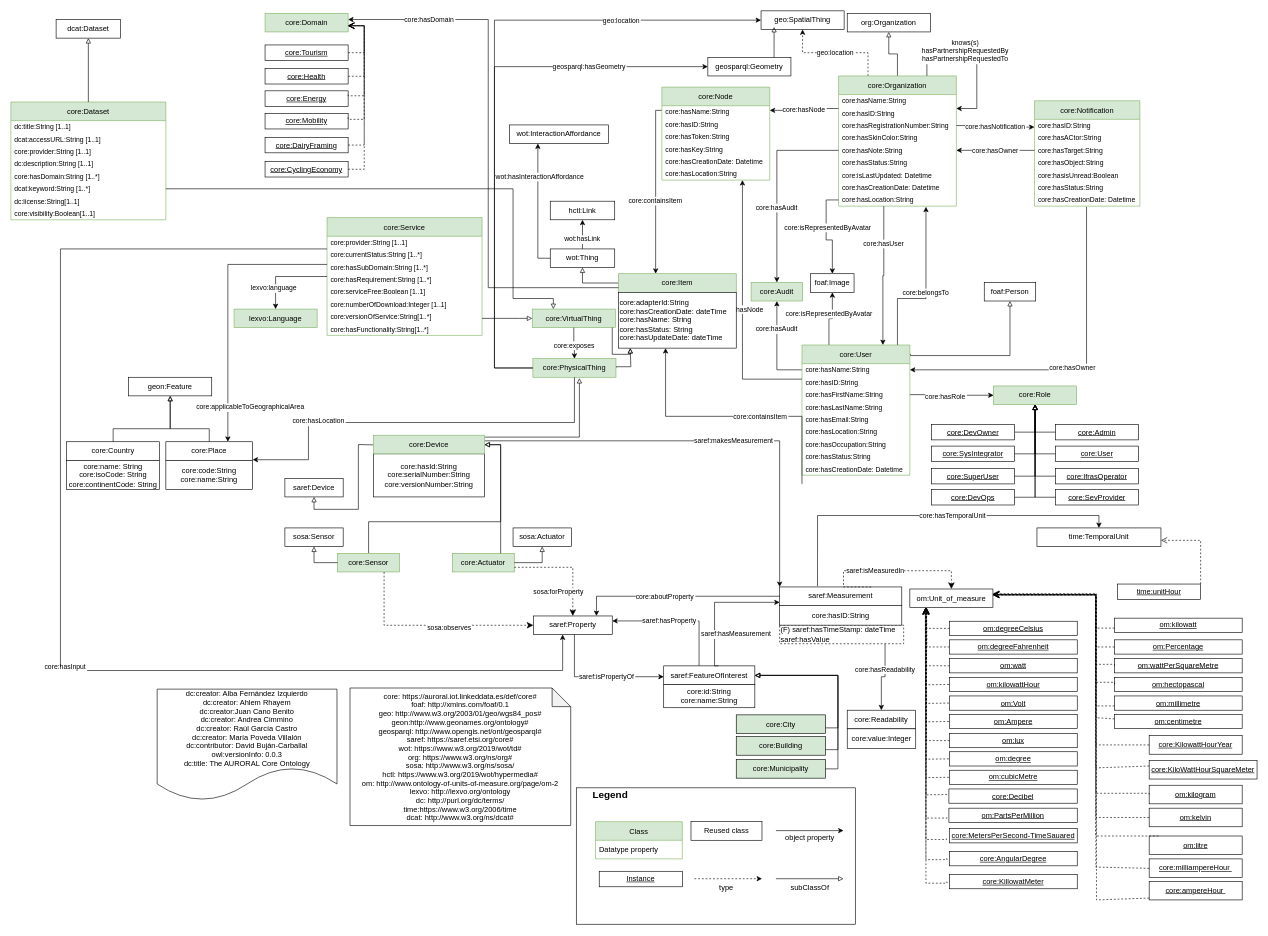
Above: page "V2" (1 of 2) of diagrams/core-dataset.drawio in dbujan/auroral-core-ontology-v2 (draw.io), before the change. Source tidied: cells renumbered, new cells numbered last; positions are measured from the earlier drawing's top-left corner, leaving out a move shared by most shapes. Both pictures are drawn from the tidied source at 62%, with x=0, y=0 at pixel (11, 11).
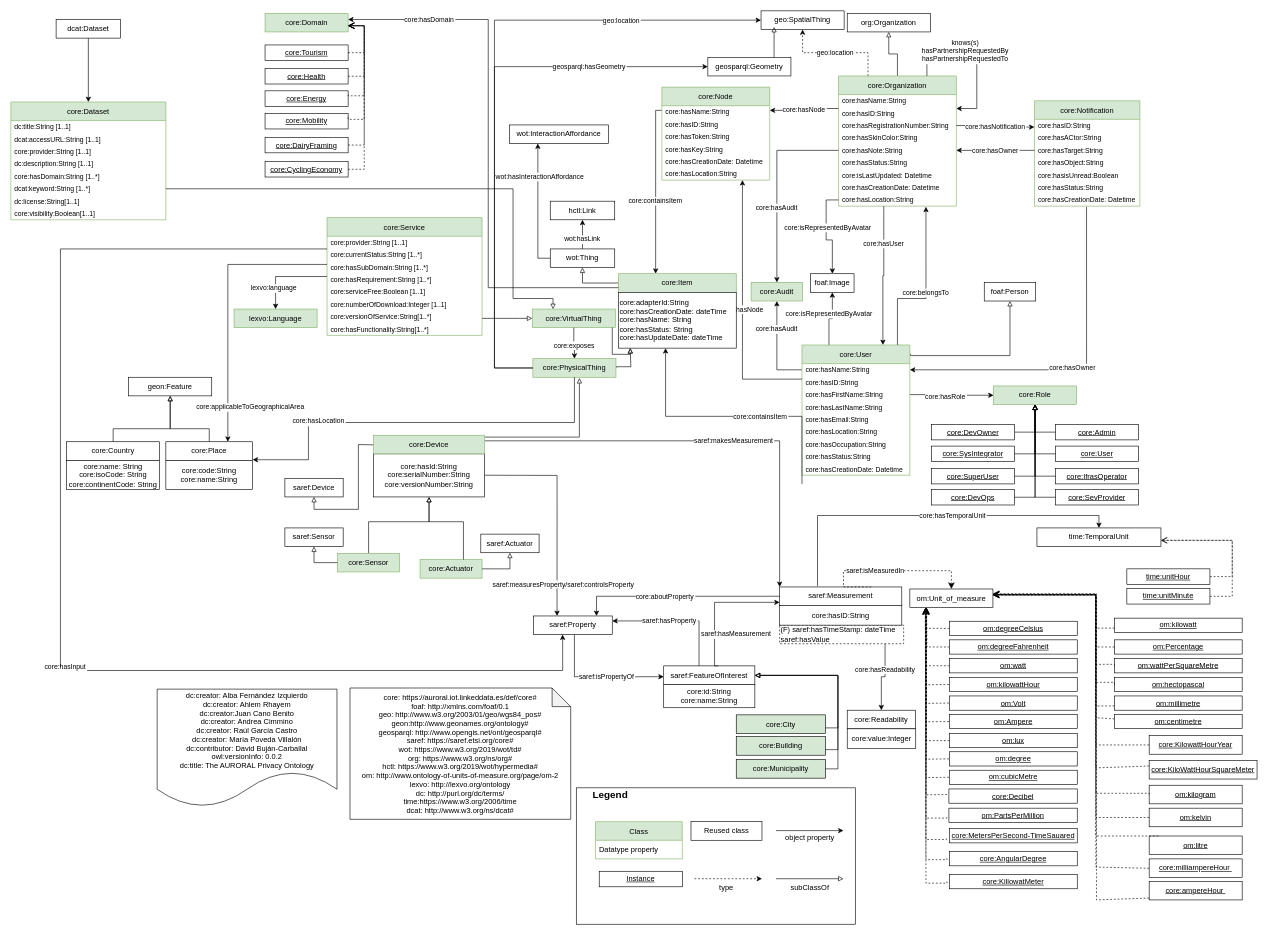
Above is the later version.

Commit message (it also covers changes not shown here):
Added to core-dataset updates from core

The change refers to these unchanged cells:
```xml
<mxCell id="105" value="core:Sensor" style="rounded=0;whiteSpace=wrap;html=1;fillColor=#d5e8d4;strokeColor=#82b366;" parent="1" vertex="1">
  <mxGeometry x="527" y="875" width="100" height="30" as="geometry" />
</mxCell>
<mxCell id="112" value="saref:Property" style="rounded=0;whiteSpace=wrap;html=1;points=[[0.1,0],[0.2,0],[0.3,0],[0.4,0],[0.5,0],[0.6,0],[0.7,0],[0.8,0],[0.9,0],[0,0.1],[0,0.3],[0,0.5],[0,0.7],[0,0.9],[0.1,1],[0.2,1],[0.3,1],[0.4,1],[0.5,1],[0.6,1],[0.7,1],[0.8,1],[0.9,1],[1,0.1],[1,0.3],[1,0.5],[1,0.7],[1,0.9]];" parent="1" vertex="1">
  <mxGeometry x="842.8" y="976" width="127.2" height="30" as="geometry" />
</mxCell>
<mxCell id="163" value="core:VirtualThing" style="rounded=0;whiteSpace=wrap;html=1;fillColor=#d5e8d4;strokeColor=#82b366;" parent="1" vertex="1">
  <mxGeometry x="841" y="481" width="134" height="30" as="geometry" />
</mxCell>
<mxCell id="173" value="core:hasId:String&lt;br&gt;core:serialNumber:String&lt;br&gt;core:versionNumber:String" style="rounded=0;whiteSpace=wrap;html=1;snapToPoint=1;points=[[0.1,0],[0.2,0],[0.3,0],[0.4,0],[0.5,0],[0.6,0],[0.7,0],[0.8,0],[0.9,0],[0,0.1],[0,0.3],[0,0.5],[0,0.7],[0,0.9],[0.1,1],[0.2,1],[0.3,1],[0.4,1],[0.5,1],[0.6,1],[0.7,1],[0.8,1],[0.9,1],[1,0.1],[1,0.3],[1,0.5],[1,0.7],[1,0.9]];" parent="1" vertex="1">
  <mxGeometry x="585" y="714.5" width="179" height="69.5" as="geometry" />
</mxCell>
<mxCell id="174" value="core:Device" style="rounded=0;whiteSpace=wrap;html=1;snapToPoint=1;points=[[0.1,0],[0.2,0],[0.3,0],[0.4,0],[0.5,0],[0.6,0],[0.7,0],[0.8,0],[0.9,0],[0,0.1],[0,0.3],[0,0.5],[0,0.7],[0,0.9],[0.1,1],[0.2,1],[0.3,1],[0.4,1],[0.5,1],[0.6,1],[0.7,1],[0.8,1],[0.9,1],[1,0.1],[1,0.3],[1,0.5],[1,0.7],[1,0.9]];fillColor=#d5e8d4;strokeColor=#82b366;" parent="1" vertex="1">
  <mxGeometry x="585" y="684.5" width="179" height="30" as="geometry" />
</mxCell>
<mxCell id="225" value="time:TemporalUnit" style="rounded=0;whiteSpace=wrap;html=1;" parent="1" vertex="1">
  <mxGeometry x="1655" y="834" width="200" height="30" as="geometry" />
</mxCell>
<mxCell id="250" value="core:Dataset" style="swimlane;fontStyle=0;horizontal=1;startSize=30;fillColor=#d5e8d4;strokeColor=#82b366;" parent="1" vertex="1">
  <mxGeometry y="147" width="250" height="190" as="geometry" />
</mxCell>
<mxCell id="259" value="dcat:Dataset" style="rounded=0;whiteSpace=wrap;html=1;" parent="1" vertex="1">
  <mxGeometry x="73" y="14" width="104" height="30" as="geometry" />
</mxCell>
```

Change to the diagram source:
```diff
@@
-    <mxCell id="4" value="dc:creator: Alba Fernández Izquierdo&#10;dc:creator: Ahlem Rhayem&#10;dc:creator:Juan Cano Benito&#10;dc:creator: Andrea Cimmino&#10;dc:creator: Raúl García Castro&#10;dc:creator: María Poveda Villalón&#10;dc:contributor: David Buján-Carballal&#10;owl:versionInfo: 0.0.3&#10;dc:title: The AURORAL Core Ontology" style="shape=document;boundedLbl=1;" parent="1" vertex="1">
-      <mxGeometry x="236" y="1094" width="290" height="180" as="geometry" />
+    <mxCell id="4" value="dc:creator: Alba Fernández Izquierdo&#10;dc:creator: Ahlem Rhayem&#10;dc:creator:Juan Cano Benito&#10;dc:creator: Andrea Cimmino&#10;dc:creator: Raúl García Castro&#10;dc:creator: María Poveda Villalón&#10;dc:contributor: David Buján-Carballal&#10;owl:versionInfo: 0.0.2&#10;dc:title: The AURORAL Privacy Ontology" style="shape=document;boundedLbl=1;" parent="1" vertex="1">
+      <mxGeometry x="236" y="1094" width="290" height="190" as="geometry" />
     </mxCell>
-    <mxCell id="5" value="core: https://auroral.iot.linkeddata.es/def/core#&#10;foaf: http://xmlns.com/foaf/0.1&#10;geo: http://www.w3.org/2003/01/geo/wgs84_pos#&#10;geon:http://www.geonames.org/ontology#&#10;geosparql: http://www.opengis.net/ont/geosparql#&#10;saref: https://saref.etsi.org/core#&#10;wot: https://www.w3.org/2019/wot/td#&#10;org: https://www.w3.org/ns/org#&#10;sosa: http://www.w3.org/ns/sosa/&#10;hctl: https://www.w3.org/2019/wot/hypermedia#&#10;om: http://www.ontology-of-units-of-measure.org/page/om-2&#10;lexvo: http://lexvo.org/ontology&#10;dc: http://purl.org/dc/terms/&#10;time:https://www.w3.org/2006/time&#10;dcat: http://www.w3.org/ns/dcat#" style="shape=note;backgroundOutline=1;darkOpacity=0.05;" parent="1" vertex="1">
-      <mxGeometry x="547" y="1092.2" width="356" height="221.8" as="geometry" />
+    <mxCell id="5" value="core: https://auroral.iot.linkeddata.es/def/core#&#10;foaf: http://xmlns.com/foaf/0.1&#10;geo: http://www.w3.org/2003/01/geo/wgs84_pos#&#10;geon:http://www.geonames.org/ontology#&#10;geosparql: http://www.opengis.net/ont/geosparql#&#10;saref: https://saref.etsi.org/core#&#10;wot: https://www.w3.org/2019/wot/td#&#10;org: https://www.w3.org/ns/org#&#10;hctl: https://www.w3.org/2019/wot/hypermedia#&#10;om: http://www.ontology-of-units-of-measure.org/page/om-2&#10;lexvo: http://lexvo.org/ontology&#10;dc: http://purl.org/dc/terms/&#10;time:https://www.w3.org/2006/time&#10;dcat: http://www.w3.org/ns/dcat#" style="shape=note;backgroundOutline=1;darkOpacity=0.05;" parent="1" vertex="1">
+      <mxGeometry x="547" y="1092.2" width="356" height="211.8" as="geometry" />
     </mxCell>
@@
-    <mxCell id="104" style="edgeStyle=orthogonalEdgeStyle;rounded=0;jettySize=auto;html=1;exitX=0.5;exitY=0;exitDx=0;exitDy=0;fontSize=11;endArrow=block;endFill=0;" parent="1" edge="1" source="105" target="174">
+    <mxCell id="104" style="edgeStyle=orthogonalEdgeStyle;rounded=0;jettySize=auto;html=1;exitX=0.5;exitY=0;exitDx=0;exitDy=0;fontSize=11;endArrow=block;endFill=0;entryX=0.5;entryY=1;entryDx=0;entryDy=0;" parent="1" edge="1" source="105" target="173">
       <mxGeometry relative="1" as="geometry">
         <Array as="points">
           <mxPoint x="577" y="824" />
-          <mxPoint x="790" y="824" />
-          <mxPoint x="790" y="700" />
+          <mxPoint x="675" y="824" />
         </Array>
       </mxGeometry>
     </mxCell>
@@
     <mxCell id="106" value="core:Actuator" style="rounded=0;whiteSpace=wrap;html=1;fillColor=#d5e8d4;strokeColor=#82b366;" parent="1" vertex="1">
-      <mxGeometry x="712" y="875" width="100" height="30" as="geometry" />
+      <mxGeometry x="660" y="885" width="100" height="30" as="geometry" />
     </mxCell>
-    <mxCell id="107" style="edgeStyle=orthogonalEdgeStyle;rounded=0;jettySize=auto;html=1;fontSize=11;endArrow=block;endFill=0;entryX=1;entryY=0.5;entryDx=0;entryDy=0;" parent="1" edge="1" source="106" target="174">
+    <mxCell id="107" style="edgeStyle=orthogonalEdgeStyle;rounded=0;jettySize=auto;html=1;fontSize=11;endArrow=block;endFill=0;entryX=0.5;entryY=1;entryDx=0;entryDy=0;" parent="1" edge="1" source="106" target="173">
       <mxGeometry relative="1" as="geometry">
         <Array as="points">
-          <mxPoint x="790" y="700" />
+          <mxPoint x="730" y="824" />
+          <mxPoint x="675" y="824" />
         </Array>
       </mxGeometry>
     </mxCell>
-    <mxCell id="108" value="sosa:Sensor" style="rounded=0;whiteSpace=wrap;html=1;" parent="1" vertex="1">
+    <mxCell id="108" value="saref:Sensor" style="rounded=0;whiteSpace=wrap;html=1;" parent="1" vertex="1">
       <mxGeometry x="442" y="834" width="94" height="30" as="geometry" />
     </mxCell>
-    <mxCell id="109" value="sosa:Actuator" style="rounded=0;whiteSpace=wrap;html=1;" parent="1" vertex="1">
-      <mxGeometry x="810" y="834" width="94" height="30" as="geometry" />
+    <mxCell id="109" value="saref:Actuator" style="rounded=0;whiteSpace=wrap;html=1;" parent="1" vertex="1">
+      <mxGeometry x="758" y="844" width="94" height="30" as="geometry" />
     </mxCell>
@@
-    <mxCell id="113" style="endArrow=classic;html=1;exitX=0.75;exitY=1;exitDx=0;exitDy=0;endSize=8;dashed=1;arcSize=0;edgeStyle=orthogonalEdgeStyle;entryX=0;entryY=0.5;entryDx=0;entryDy=0;" parent="1" edge="1" source="105" target="112">
-      <mxGeometry relative="1" as="geometry" />
-    </mxCell>
-    <mxCell id="114" value="&lt;div&gt;sosa:observes&lt;/div&gt;" style="edgeLabel;html=1;align=center;verticalAlign=middle;" parent="113" vertex="1">
-      <mxGeometry x="-0.19" y="-1" relative="1" as="geometry">
-        <mxPoint x="58.5" y="2" as="offset" />
-      </mxGeometry>
-    </mxCell>
-    <mxCell id="115" style="endArrow=classic;html=1;entryX=0.5;entryY=0;entryDx=0;entryDy=0;endSize=8;dashed=1;arcSize=0;edgeStyle=orthogonalEdgeStyle;exitX=1;exitY=0.75;exitDx=0;exitDy=0;" parent="1" edge="1" source="106" target="112">
-      <mxGeometry relative="1" as="geometry" />
-    </mxCell>
-    <mxCell id="116" value="&lt;div&gt;sosa:forProperty&lt;/div&gt;" style="edgeLabel;html=1;align=center;verticalAlign=middle;" parent="115" vertex="1">
-      <mxGeometry x="-0.19" y="-1" relative="1" as="geometry">
-        <mxPoint y="38" as="offset" />
-      </mxGeometry>
-    </mxCell>
@@
+    <mxCell id="262" style="edgeStyle=orthogonalEdgeStyle;rounded=0;jettySize=auto;html=1;entryX=0.3;entryY=0;entryDx=0;entryDy=0;" parent="1" edge="1" source="173" target="112">
+      <mxGeometry relative="1" as="geometry" />
+    </mxCell>
+    <mxCell id="263" value="saref:measuresProperty/saref:controlsProperty" style="edgeLabel;html=1;align=center;verticalAlign=middle;" parent="262" vertex="1">
+      <mxGeometry x="0.45" y="3" relative="1" as="geometry">
+        <mxPoint x="6.1" y="43.1" as="offset" />
+      </mxGeometry>
+    </mxCell>
@@
-    <mxCell id="226" value="&lt;u&gt;time:unitHour&lt;/u&gt;" style="rounded=0;whiteSpace=wrap;html=1;" parent="1" vertex="1">
-      <mxGeometry x="1785" y="924.5" width="134" height="25" as="geometry" />
+    <mxCell id="226" value="&lt;u&gt;time:&lt;span&gt;unitMinute&lt;/span&gt;&lt;/u&gt;" style="rounded=0;whiteSpace=wrap;html=1;" parent="1" vertex="1">
+      <mxGeometry x="1800" y="931.8" width="134" height="25" as="geometry" />
     </mxCell>
-    <mxCell id="227" style="endArrow=open;html=1;fontColor=#000099;endFill=0;dashed=1;endSize=8;edgeStyle=orthogonalEdgeStyle;arcSize=0;" parent="1" edge="1" source="226" target="225">
+    <mxCell id="227" style="endArrow=open;html=1;fontColor=#000099;endFill=0;dashed=1;endSize=8;edgeStyle=orthogonalEdgeStyle;arcSize=0;" parent="1" edge="1" source="264" target="225">
       <mxGeometry relative="1" as="geometry">
         <Array as="points">
-          <mxPoint x="1919" y="854" />
+          <mxPoint x="1970" y="913" />
+          <mxPoint x="1970" y="854" />
         </Array>
       </mxGeometry>
     </mxCell>
@@
+    <mxCell id="264" value="&lt;u&gt;time:unitHour&lt;/u&gt;" style="rounded=0;whiteSpace=wrap;html=1;" parent="1" vertex="1">
+      <mxGeometry x="1800" y="900" width="134" height="25" as="geometry" />
+    </mxCell>
+    <mxCell id="265" style="endArrow=open;html=1;fontColor=#000099;endFill=0;dashed=1;endSize=8;edgeStyle=orthogonalEdgeStyle;arcSize=0;" parent="1" edge="1" source="226" target="225">
+      <mxGeometry relative="1" as="geometry">
+        <Array as="points">
+          <mxPoint x="1970" y="944" />
+          <mxPoint x="1970" y="854" />
+        </Array>
+      </mxGeometry>
+    </mxCell>
@@
+    <mxCell id="266" style="edgeStyle=orthogonalEdgeStyle;rounded=0;jettySize=auto;html=1;entryX=0.5;entryY=0;entryDx=0;entryDy=0;" parent="1" edge="1" source="259" target="250">
+      <mxGeometry relative="1" as="geometry" />
+    </mxCell>
@@
-    <mxCell id="260" style="edgeStyle=orthogonalEdgeStyle;rounded=0;jettySize=auto;html=1;fontSize=11;endArrow=block;endFill=0;exitX=0.5;exitY=0;exitDx=0;exitDy=0;entryX=0.5;entryY=1;entryDx=0;entryDy=0;" parent="1" edge="1" source="250" target="259">
-      <mxGeometry relative="1" as="geometry">
-        <Array as="points">
-          <mxPoint x="125" y="44" />
-        </Array>
-      </mxGeometry>
-    </mxCell>
-    <mxCell id="261" style="edgeStyle=orthogonalEdgeStyle;rounded=0;orthogonalLoop=1;jettySize=auto;html=1;fontSize=11;endArrow=block;endFill=0;exitX=1;exitY=0.5;exitDx=0;exitDy=0;entryX=0.25;entryY=0;entryDx=0;entryDy=0;" parent="1" edge="1">
-      <mxGeometry relative="1" as="geometry">
-        <mxPoint x="250" y="287" as="sourcePoint" />
-        <mxPoint x="875" y="481" as="targetPoint" />
-        <Array as="points">
-          <mxPoint x="810" y="287" />
-          <mxPoint x="810" y="464" />
-          <mxPoint x="875" y="464" />
-        </Array>
-      </mxGeometry>
-    </mxCell>
+    <mxCell id="267" style="edgeStyle=orthogonalEdgeStyle;rounded=0;jettySize=auto;html=1;fontSize=11;endArrow=block;endFill=0;exitX=1;exitY=0.5;exitDx=0;exitDy=0;entryX=0.25;entryY=0;entryDx=0;entryDy=0;" parent="1" edge="1" target="163">
+      <mxGeometry relative="1" as="geometry">
+        <mxPoint x="250" y="287" as="sourcePoint" />
+        <Array as="points">
+          <mxPoint x="810" y="287" />
+          <mxPoint x="810" y="464" />
+          <mxPoint x="875" y="464" />
+        </Array>
+      </mxGeometry>
+    </mxCell>
```
